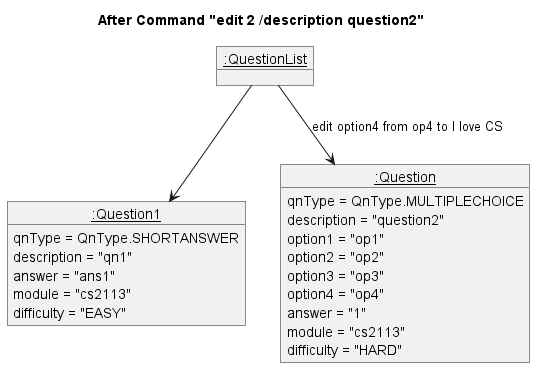
Earlier version of the PlantUML export docs/UML/Images/commandEditObjectDiagram.png (nus-cs2113-AY2324S1/tp).
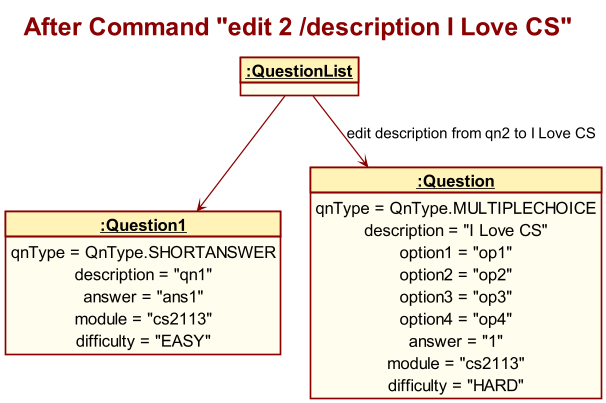
After the commit.

Commit message:
Change Edit and Reformat Diagram

Diff of the diagram source:
```diff
@@ -1,5 +1,7 @@
 @startuml
-title After Command "edit 2 /description question2"
+!include Style.puml
+
+title After Command "edit 2 /description I Love CS"
 
 object "__:QuestionList__" as QuestionList
 
@@ -13,7 +15,7 @@
 
 object "__:Question__" as Question2 {
     qnType = QnType.MULTIPLECHOICE
-    description = "question2"
+    description = "I Love CS"
     option1 = "op1"
     option2 = "op2"
     option3 = "op3"
@@ -24,5 +26,5 @@
 }
 
 QuestionList --> Question1
-QuestionList --> Question2 : edit option4 from op4 to I love CS
+QuestionList --> Question2 : edit description from qn2 to I Love CS
 @enduml
```
